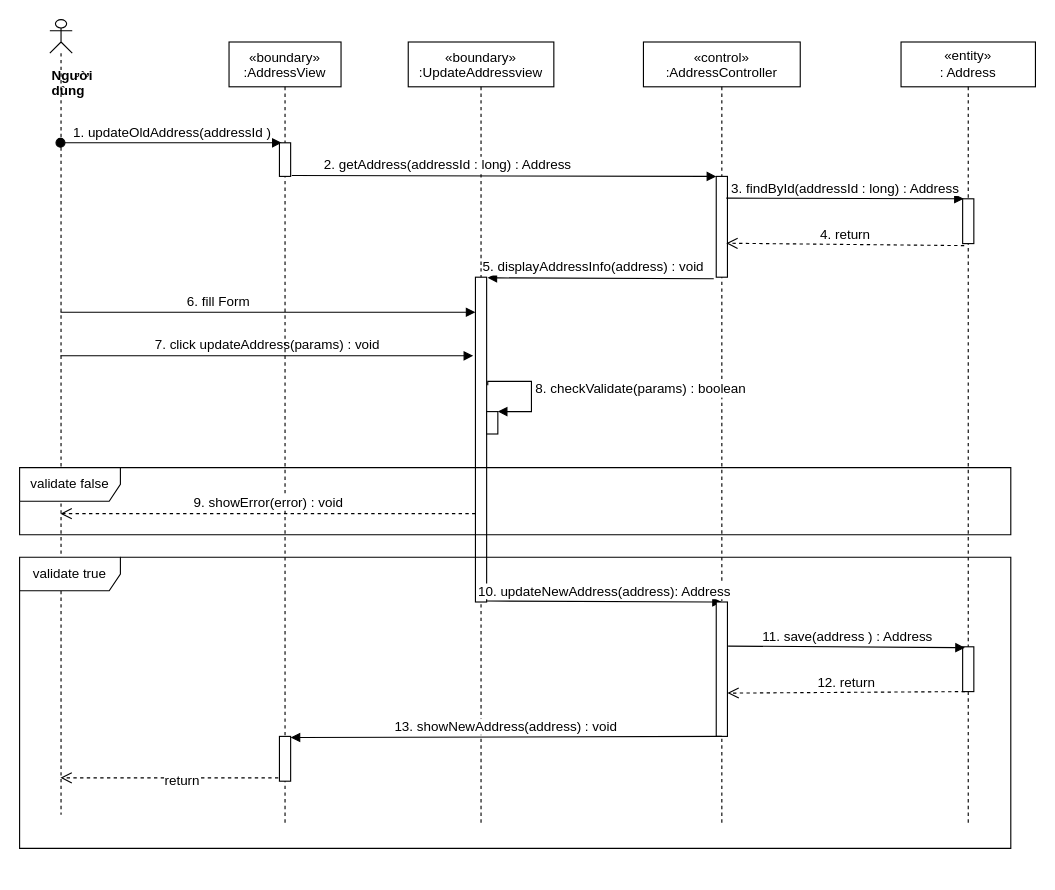
Before: sequence diagram/update-address-order-sequence-diagram.drawio in nguyenphamvan/datn_20202, a draw.io diagram. Source tidied: cells renumbered, new cells numbered last; positions are measured from the earlier drawing's top-left corner, leaving out a move shared by most shapes. Both pictures are drawn from the tidied source at 112%, with x=0, y=0 at pixel (19, 19).
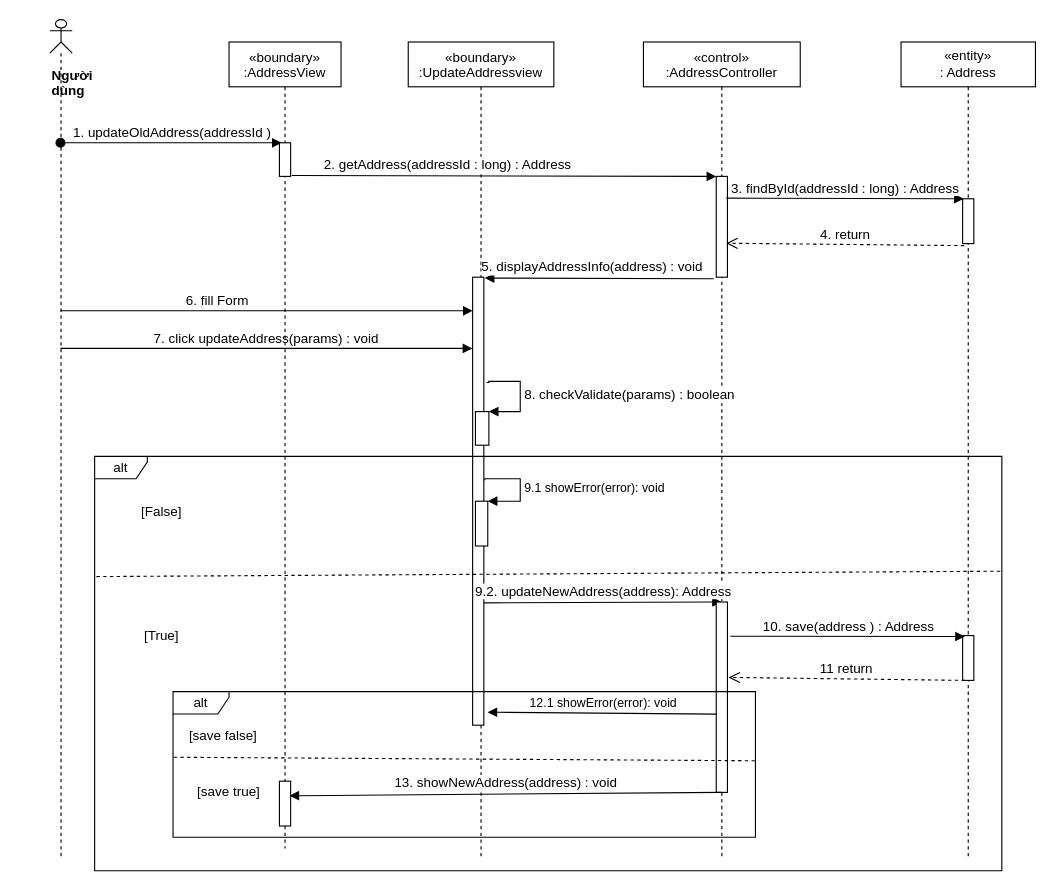
The same diagram, later.

The edit, as a diff of the source:
```diff
@@
     <mxCell id="2" value="«boundary»&#10;:UpdateAddressview" style="shape=umlLifeline;perimeter=lifelinePerimeter;rounded=0;shadow=0;strokeWidth=1;" parent="1" vertex="1">
-      <mxGeometry x="347" y="20" width="130" height="700" as="geometry" />
+      <mxGeometry x="347" y="20" width="130" height="730" as="geometry" />
     </mxCell>
     <mxCell id="3" style="html=1;points=[];perimeter=orthogonalPerimeter;" parent="2" vertex="1">
-      <mxGeometry x="60" y="210" width="10" height="290" as="geometry" />
+      <mxGeometry x="57.5" y="210" width="10" height="400" as="geometry" />
     </mxCell>
     <mxCell id="4" value="«control»&#10;:AddressController" style="shape=umlLifeline;perimeter=lifelinePerimeter;rounded=0;shadow=0;strokeWidth=1;size=40;" parent="1" vertex="1">
-      <mxGeometry x="557" y="20" width="140" height="700" as="geometry" />
+      <mxGeometry x="557" y="20" width="140" height="730" as="geometry" />
     </mxCell>
     <mxCell id="5" value="&lt;div&gt;&lt;b&gt;Người dùng&lt;/b&gt;&lt;/div&gt;" style="shape=umlLifeline;participant=umlActor;perimeter=lifelinePerimeter;whiteSpace=wrap;html=1;verticalAlign=top;spacingTop=36;outlineConnect=0;align=left;size=30;" parent="1" vertex="1">
-      <mxGeometry x="27" width="20" height="710" as="geometry" />
+      <mxGeometry x="27" width="20" height="750" as="geometry" />
     </mxCell>
@@
-    <mxCell id="7" value="&lt;font style=&quot;font-size: 12px&quot;&gt;6. fill Form&amp;nbsp;&lt;/font&gt;" style="html=1;verticalAlign=bottom;endArrow=block;entryX=0;entryY=0.108;entryDx=0;entryDy=0;entryPerimeter=0;" parent="1" edge="1" source="5" target="3">
+    <mxCell id="7" value="&lt;font style=&quot;font-size: 12px&quot;&gt;6. fill Form&amp;nbsp;&lt;/font&gt;" style="html=1;verticalAlign=bottom;endArrow=block;entryX=0;entryY=0.075;entryDx=0;entryDy=0;entryPerimeter=0;" parent="1" edge="1" source="5" target="3">
       <mxGeometry x="-0.24" relative="1" as="geometry">
         <mxPoint x="1" as="offset" />
       </mxGeometry>
     </mxCell>
-    <mxCell id="8" value="&lt;font style=&quot;font-size: 12px&quot;&gt;7. click updateAddress(params) : void&lt;/font&gt;" style="html=1;verticalAlign=bottom;endArrow=block;entryX=-0.2;entryY=0.242;entryDx=0;entryDy=0;entryPerimeter=0;" parent="1" edge="1" source="5" target="3">
+    <mxCell id="8" value="&lt;font style=&quot;font-size: 12px&quot;&gt;7. click updateAddress(params) : void&lt;/font&gt;" style="html=1;verticalAlign=bottom;endArrow=block;entryX=-0.03;entryY=0.159;entryDx=0;entryDy=0;entryPerimeter=0;" parent="1" edge="1" source="5" target="3">
       <mxGeometry relative="1" as="geometry" />
     </mxCell>
-    <mxCell id="9" value="&lt;font style=&quot;font-size: 12px&quot;&gt;10. updateNewAddress(address): Address&lt;/font&gt;" style="html=1;verticalAlign=bottom;endArrow=block;entryX=0.5;entryY=0;entryDx=0;entryDy=0;entryPerimeter=0;startArrow=none;exitX=1;exitY=0.997;exitDx=0;exitDy=0;exitPerimeter=0;" parent="1" edge="1" source="3" target="21">
+    <mxCell id="9" value="&lt;font style=&quot;font-size: 12px&quot;&gt;9.2. updateNewAddress(address): Address&lt;/font&gt;" style="html=1;verticalAlign=bottom;endArrow=block;entryX=0.5;entryY=0;entryDx=0;entryDy=0;entryPerimeter=0;startArrow=none;exitX=1.01;exitY=0.727;exitDx=0;exitDy=0;exitPerimeter=0;" parent="1" edge="1" source="3" target="21">
       <mxGeometry relative="1" as="geometry" />
     </mxCell>
     <mxCell id="10" value="&lt;span&gt;«entity»&lt;br&gt;&lt;/span&gt;: Address" style="shape=umlLifeline;perimeter=lifelinePerimeter;whiteSpace=wrap;html=1;" parent="1" vertex="1">
-      <mxGeometry x="787" y="20" width="120" height="700" as="geometry" />
+      <mxGeometry x="787" y="20" width="120" height="730" as="geometry" />
     </mxCell>
     <mxCell id="11" style="points=[];perimeter=orthogonalPerimeter;rounded=0;shadow=0;strokeWidth=1;" parent="10" vertex="1">
-      <mxGeometry x="55" y="540" width="10" height="40" as="geometry" />
+      <mxGeometry x="55" y="530" width="10" height="40" as="geometry" />
     </mxCell>
-    <mxCell id="12" value="&lt;font style=&quot;font-size: 12px&quot;&gt;11. save(address ) : Address&lt;/font&gt;" style="html=1;verticalAlign=bottom;endArrow=block;exitX=1.06;exitY=0.328;exitDx=0;exitDy=0;exitPerimeter=0;entryX=0.2;entryY=0.02;entryDx=0;entryDy=0;entryPerimeter=0;" parent="1" edge="1" source="21" target="11">
+    <mxCell id="12" value="&lt;font style=&quot;font-size: 12px&quot;&gt;10. save(address ) : Address&lt;/font&gt;" style="html=1;verticalAlign=bottom;endArrow=block;exitX=1.26;exitY=0.18;exitDx=0;exitDy=0;exitPerimeter=0;entryX=0.2;entryY=0.02;entryDx=0;entryDy=0;entryPerimeter=0;" parent="1" edge="1" source="21" target="11">
       <mxGeometry relative="1" as="geometry" />
     </mxCell>
-    <mxCell id="13" value="&lt;font style=&quot;font-size: 12px&quot;&gt;12. return&lt;/font&gt;" style="html=1;verticalAlign=bottom;endArrow=open;dashed=1;endSize=8;entryX=1;entryY=0.678;entryDx=0;entryDy=0;entryPerimeter=0;exitX=0.2;exitY=1;exitDx=0;exitDy=0;exitPerimeter=0;" parent="1" edge="1" source="11" target="21">
+    <mxCell id="13" value="&lt;font style=&quot;font-size: 12px&quot;&gt;11 return&lt;/font&gt;" style="html=1;verticalAlign=bottom;endArrow=open;dashed=1;endSize=8;entryX=1.1;entryY=0.396;entryDx=0;entryDy=0;entryPerimeter=0;exitX=0.2;exitY=1;exitDx=0;exitDy=0;exitPerimeter=0;" parent="1" edge="1" source="11" target="21">
       <mxGeometry relative="1" as="geometry" />
     </mxCell>
     <mxCell id="14" value="«boundary»&#10;:AddressView" style="shape=umlLifeline;perimeter=lifelinePerimeter;rounded=0;shadow=0;strokeWidth=1;" parent="1" vertex="1">
-      <mxGeometry x="187" y="20" width="100" height="700" as="geometry" />
+      <mxGeometry x="187" y="20" width="100" height="720" as="geometry" />
     </mxCell>
@@
     <mxCell id="18" style="html=1;points=[];perimeter=orthogonalPerimeter;" parent="1" vertex="1">
-      <mxGeometry x="417" y="350" width="10" height="20" as="geometry" />
+      <mxGeometry x="407" y="350" width="12" height="30" as="geometry" />
     </mxCell>
-    <mxCell id="19" value="&lt;font style=&quot;font-size: 12px&quot;&gt;8. checkValidate(params) : boolean&lt;/font&gt;" style="edgeStyle=orthogonalEdgeStyle;html=1;align=left;spacingLeft=2;endArrow=block;rounded=0;entryX=1;entryY=0;exitX=1.1;exitY=0.333;exitDx=0;exitDy=0;exitPerimeter=0;" parent="1" edge="1" source="3" target="18">
+    <mxCell id="19" value="&lt;font style=&quot;font-size: 12px&quot;&gt;8. checkValidate(params) : boolean&lt;/font&gt;" style="edgeStyle=orthogonalEdgeStyle;html=1;align=left;spacingLeft=2;endArrow=block;rounded=0;entryX=1;entryY=0;exitX=1.25;exitY=0.235;exitDx=0;exitDy=0;exitPerimeter=0;" parent="1" edge="1" source="3" target="18">
       <mxGeometry relative="1" as="geometry">
         <Array as="points">
-          <mxPoint x="457" y="323" />
-          <mxPoint x="457" y="350" />
+          <mxPoint x="419" y="324" />
+          <mxPoint x="419" y="323" />
+          <mxPoint x="447" y="323" />
+          <mxPoint x="447" y="350" />
         </Array>
       </mxGeometry>
     </mxCell>
-    <mxCell id="20" value="&lt;font style=&quot;font-size: 12px&quot;&gt;9. showError(error) : void&lt;/font&gt;" style="html=1;verticalAlign=bottom;endArrow=open;dashed=1;endSize=8;exitX=0;exitY=0.728;exitDx=0;exitDy=0;exitPerimeter=0;" parent="1" edge="1" source="3" target="5">
-      <mxGeometry relative="1" as="geometry" />
-    </mxCell>
     <mxCell id="21" style="points=[];perimeter=orthogonalPerimeter;rounded=0;shadow=0;strokeWidth=1;" parent="1" vertex="1">
-      <mxGeometry x="622" y="520" width="10" height="120" as="geometry" />
+      <mxGeometry x="622" y="520" width="10" height="170" as="geometry" />
     </mxCell>
     <mxCell id="22" style="html=1;points=[];perimeter=orthogonalPerimeter;" parent="1" vertex="1">
-      <mxGeometry x="232" y="640" width="10" height="40" as="geometry" />
+      <mxGeometry x="232" y="680" width="10" height="40" as="geometry" />
     </mxCell>
-    <mxCell id="23" style="html=1;verticalAlign=bottom;endArrow=open;dashed=1;endSize=8;exitX=-0.1;exitY=0.925;exitDx=0;exitDy=0;exitPerimeter=0;" parent="1" edge="1" source="22" target="5">
-      <mxGeometry relative="1" as="geometry" />
-    </mxCell>
-    <mxCell id="24" value="return" style="edgeLabel;html=1;align=center;verticalAlign=middle;fontSize=12;" parent="23" vertex="1">
-      <mxGeometry x="-0.11" y="2" relative="1" as="geometry" />
-    </mxCell>
@@
-    <mxCell id="29" value="validate true" style="shape=umlFrame;whiteSpace=wrap;html=1;width=90;height=30;" parent="1" vertex="1">
-      <mxGeometry y="480" width="885" height="260" as="geometry" />
+    <mxCell id="29" value="alt" style="shape=umlFrame;whiteSpace=wrap;html=1;width=50;height=20;" parent="1" vertex="1">
+      <mxGeometry x="137" y="600" width="520" height="130" as="geometry" />
     </mxCell>
-    <mxCell id="30" value="validate false" style="shape=umlFrame;whiteSpace=wrap;html=1;width=90;height=30;" parent="1" vertex="1">
-      <mxGeometry y="400" width="885" height="60" as="geometry" />
+    <mxCell id="30" value="alt" style="shape=umlFrame;whiteSpace=wrap;html=1;width=47;height=20;" parent="1" vertex="1">
+      <mxGeometry x="67" y="390" width="810" height="370" as="geometry" />
     </mxCell>
-    <mxCell id="31" value="&lt;font style=&quot;font-size: 12px&quot;&gt;13. showNewAddress(address) : void&lt;/font&gt;" style="html=1;verticalAlign=bottom;endArrow=block;exitX=0.5;exitY=1;exitDx=0;exitDy=0;exitPerimeter=0;entryX=1;entryY=0.025;entryDx=0;entryDy=0;entryPerimeter=0;" parent="1" edge="1" source="21" target="22">
+    <mxCell id="31" value="&lt;font style=&quot;font-size: 12px&quot;&gt;13. showNewAddress(address) : void&lt;/font&gt;" style="html=1;verticalAlign=bottom;endArrow=block;exitX=0.5;exitY=1;exitDx=0;exitDy=0;exitPerimeter=0;entryX=0.9;entryY=0.325;entryDx=0;entryDy=0;entryPerimeter=0;" parent="1" edge="1" source="21" target="22">
       <mxGeometry relative="1" as="geometry" />
     </mxCell>
@@
+    <mxCell id="33" style="html=1;points=[];perimeter=orthogonalPerimeter;" parent="1" vertex="1">
+      <mxGeometry x="407" y="430" width="11" height="40" as="geometry" />
+    </mxCell>
+    <mxCell id="34" value="9.1 showError(error): void" style="edgeStyle=orthogonalEdgeStyle;html=1;align=left;spacingLeft=2;endArrow=block;rounded=0;entryX=1;entryY=0;exitX=1.09;exitY=0.453;exitDx=0;exitDy=0;exitPerimeter=0;" parent="1" edge="1" source="3" target="33">
+      <mxGeometry relative="1" as="geometry">
+        <Array as="points">
+          <mxPoint x="415" y="410" />
+          <mxPoint x="447" y="410" />
+          <mxPoint x="447" y="430" />
+        </Array>
+      </mxGeometry>
+    </mxCell>
+    <mxCell id="35" value="12.1 showError(error): void" style="html=1;verticalAlign=bottom;endArrow=block;exitX=0.06;exitY=0.589;exitDx=0;exitDy=0;exitPerimeter=0;entryX=1.33;entryY=0.971;entryDx=0;entryDy=0;entryPerimeter=0;" parent="1" edge="1" source="21" target="3">
+      <mxGeometry relative="1" as="geometry" />
+    </mxCell>
+    <mxCell id="36" style="endArrow=none;dashed=1;html=1;entryX=1.001;entryY=0.277;entryDx=0;entryDy=0;entryPerimeter=0;exitX=0.002;exitY=0.29;exitDx=0;exitDy=0;exitPerimeter=0;" parent="1" edge="1" source="30" target="30">
+      <mxGeometry relative="1" as="geometry" />
+    </mxCell>
+    <mxCell id="37" style="endArrow=none;dashed=1;html=1;exitX=0.001;exitY=0.451;exitDx=0;exitDy=0;exitPerimeter=0;entryX=1.001;entryY=0.475;entryDx=0;entryDy=0;entryPerimeter=0;" parent="1" edge="1" source="29" target="29">
+      <mxGeometry relative="1" as="geometry" />
+    </mxCell>
+    <mxCell id="38" value="[save false]" style="text;html=1;strokeColor=none;fillColor=none;align=center;verticalAlign=middle;whiteSpace=wrap;rounded=0;" parent="1" vertex="1">
+      <mxGeometry x="147" y="630" width="70" height="20" as="geometry" />
+    </mxCell>
+    <mxCell id="39" value="[save true]" style="text;html=1;strokeColor=none;fillColor=none;align=center;verticalAlign=middle;whiteSpace=wrap;rounded=0;" parent="1" vertex="1">
+      <mxGeometry x="157" y="680" width="60" height="20" as="geometry" />
+    </mxCell>
+    <mxCell id="40" value="[False]" style="text;html=1;strokeColor=none;fillColor=none;align=center;verticalAlign=middle;whiteSpace=wrap;rounded=0;" parent="1" vertex="1">
+      <mxGeometry x="107" y="430" width="40" height="20" as="geometry" />
+    </mxCell>
+    <mxCell id="41" value="[True]" style="text;html=1;strokeColor=none;fillColor=none;align=center;verticalAlign=middle;whiteSpace=wrap;rounded=0;" parent="1" vertex="1">
+      <mxGeometry x="107" y="540" width="40" height="20" as="geometry" />
+    </mxCell>
```
